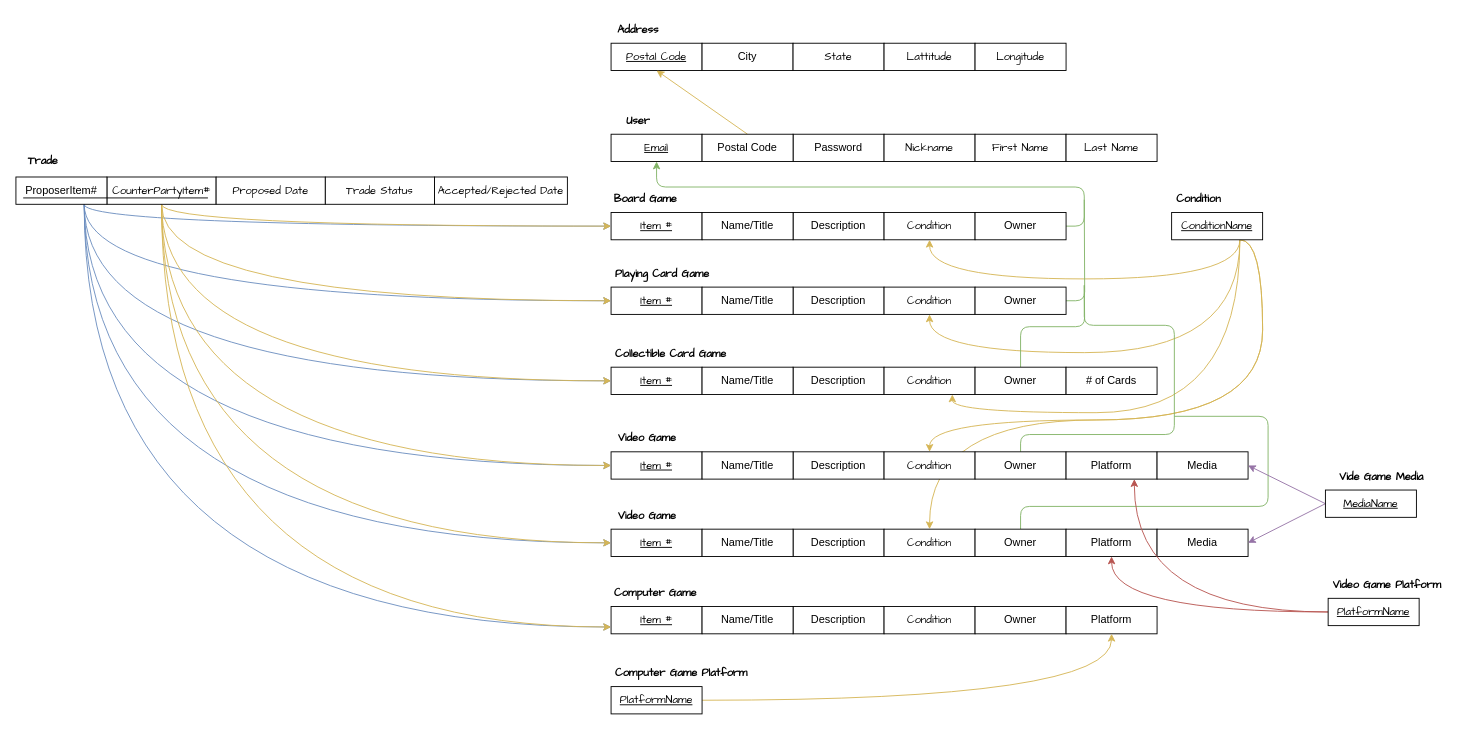
Above: Phase_2/eer2rel.drawio in guanch1984/game-exchange-app (draw.io), before the change. Source tidied: cells renumbered, new cells numbered last; positions are measured from the earlier drawing's top-left corner, leaving out a move shared by most shapes. Both pictures are drawn from the tidied source at 91%, with x=0, y=0 at pixel (15, 15).
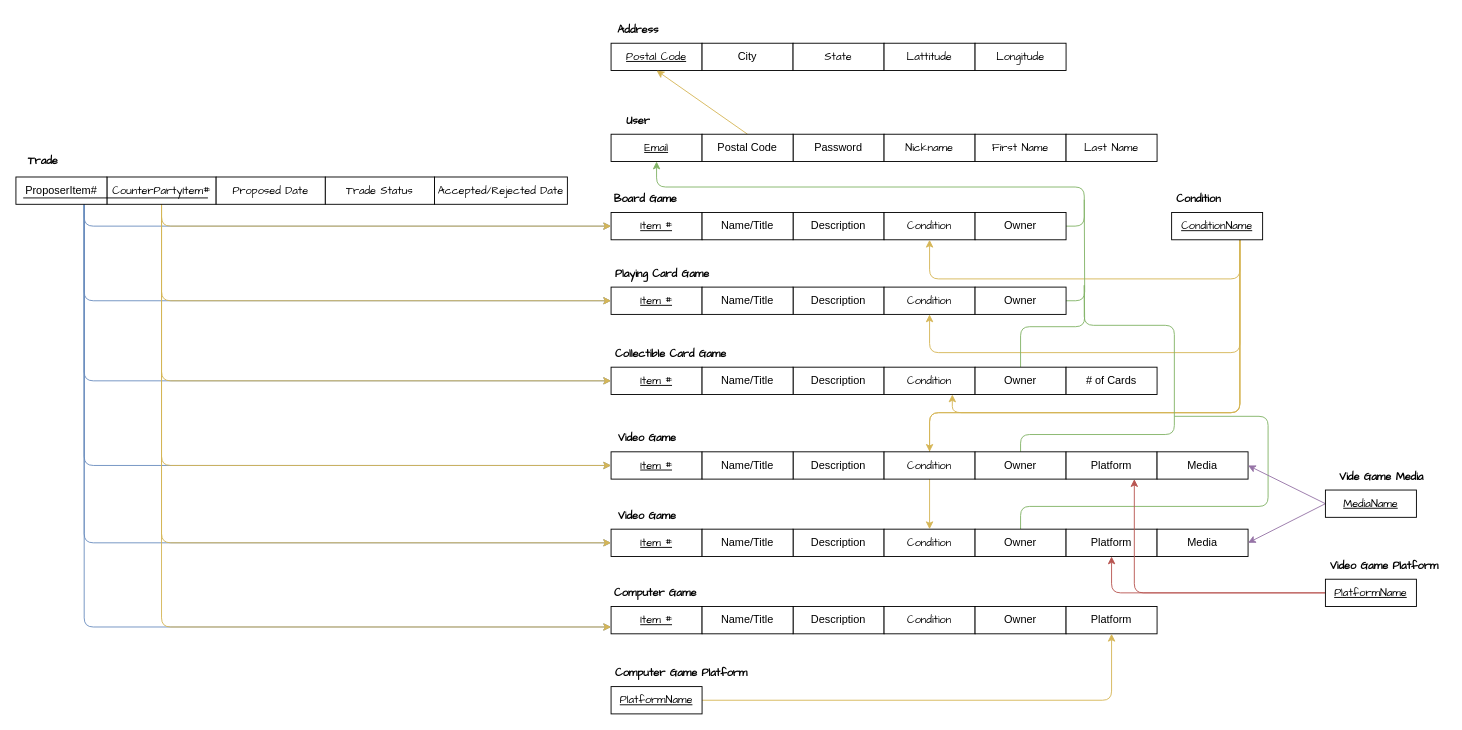
After the change.

Commit message (it also covers changes not shown here):
visual changes to eer2rel

Unchanged cells that the change refers to:
```xml
<mxCell id="16" value="&lt;u&gt;&lt;font face=&quot;Comic Sans MS&quot;&gt;Item #&lt;/font&gt;&lt;/u&gt;" style="rounded=0;whiteSpace=wrap;html=1;" parent="1" vertex="1">
  <mxGeometry x="654" y="216" width="100" height="30" as="geometry" />
</mxCell>
<mxCell id="18" value="&lt;font face=&quot;Comic Sans MS&quot;&gt;Condition&lt;/font&gt;" style="rounded=0;whiteSpace=wrap;html=1;" parent="1" vertex="1">
  <mxGeometry x="954" y="216" width="100" height="30" as="geometry" />
</mxCell>
<mxCell id="28" value="&lt;u&gt;&lt;font face=&quot;Comic Sans MS&quot;&gt;ConditionName&lt;/font&gt;&lt;/u&gt;" style="rounded=0;whiteSpace=wrap;html=1;" parent="1" vertex="1">
  <mxGeometry x="1270" y="216" width="100" height="30" as="geometry" />
</mxCell>
<mxCell id="30" value="&lt;u&gt;&lt;font face=&quot;Comic Sans MS&quot;&gt;Item #&lt;/font&gt;&lt;/u&gt;" style="rounded=0;whiteSpace=wrap;html=1;" parent="1" vertex="1">
  <mxGeometry x="654" y="298" width="100" height="30" as="geometry" />
</mxCell>
<mxCell id="32" value="&lt;font face=&quot;Comic Sans MS&quot;&gt;Condition&lt;/font&gt;" style="rounded=0;whiteSpace=wrap;html=1;" parent="1" vertex="1">
  <mxGeometry x="954" y="298" width="100" height="30" as="geometry" />
</mxCell>
<mxCell id="38" value="&lt;u&gt;&lt;font face=&quot;Comic Sans MS&quot;&gt;Item #&lt;/font&gt;&lt;/u&gt;" style="rounded=0;whiteSpace=wrap;html=1;" parent="1" vertex="1">
  <mxGeometry x="654" y="386" width="100" height="30" as="geometry" />
</mxCell>
<mxCell id="40" value="&lt;font face=&quot;Comic Sans MS&quot;&gt;Condition&lt;/font&gt;" style="rounded=0;whiteSpace=wrap;html=1;" parent="1" vertex="1">
  <mxGeometry x="954" y="386" width="100" height="30" as="geometry" />
</mxCell>
<mxCell id="46" value="&lt;u&gt;&lt;font face=&quot;Comic Sans MS&quot;&gt;Item #&lt;/font&gt;&lt;/u&gt;" style="rounded=0;whiteSpace=wrap;html=1;" parent="1" vertex="1">
  <mxGeometry x="654" y="479" width="100" height="30" as="geometry" />
</mxCell>
<mxCell id="48" value="&lt;font face=&quot;Comic Sans MS&quot;&gt;Condition&lt;/font&gt;" style="rounded=0;whiteSpace=wrap;html=1;" parent="1" vertex="1">
  <mxGeometry x="954" y="479" width="100" height="30" as="geometry" />
</mxCell>
<mxCell id="53" value="Platform" style="rounded=0;whiteSpace=wrap;html=1;" parent="1" vertex="1">
  <mxGeometry x="1154" y="479" width="100" height="30" as="geometry" />
</mxCell>
<mxCell id="55" value="&lt;u&gt;&lt;font face=&quot;Comic Sans MS&quot;&gt;Item #&lt;/font&gt;&lt;/u&gt;" style="rounded=0;whiteSpace=wrap;html=1;" parent="1" vertex="1">
  <mxGeometry x="654" y="564" width="100" height="30" as="geometry" />
</mxCell>
<mxCell id="57" value="&lt;font face=&quot;Comic Sans MS&quot;&gt;Condition&lt;/font&gt;" style="rounded=0;whiteSpace=wrap;html=1;" parent="1" vertex="1">
  <mxGeometry x="954" y="564" width="100" height="30" as="geometry" />
</mxCell>
<mxCell id="62" value="Platform" style="rounded=0;whiteSpace=wrap;html=1;" parent="1" vertex="1">
  <mxGeometry x="1154" y="564" width="100" height="30" as="geometry" />
</mxCell>
<mxCell id="72" value="&lt;u&gt;&lt;font face=&quot;Comic Sans MS&quot;&gt;Item #&lt;/font&gt;&lt;/u&gt;" style="rounded=0;whiteSpace=wrap;html=1;" parent="1" vertex="1">
  <mxGeometry x="654" y="649" width="100" height="30" as="geometry" />
</mxCell>
<mxCell id="78" value="Platform" style="rounded=0;whiteSpace=wrap;html=1;" parent="1" vertex="1">
  <mxGeometry x="1154" y="649" width="100" height="30" as="geometry" />
</mxCell>
<mxCell id="80" value="&lt;u&gt;&lt;font face=&quot;Comic Sans MS&quot;&gt;PlatformName&lt;/font&gt;&lt;/u&gt;" style="rounded=0;whiteSpace=wrap;html=1;" parent="1" vertex="1">
  <mxGeometry x="654" y="737" width="100" height="30" as="geometry" />
</mxCell>
<mxCell id="94" value="&lt;font face=&quot;Comic Sans MS&quot;&gt;CounterPartyItem#&lt;/font&gt;" style="rounded=0;whiteSpace=wrap;html=1;" parent="1" vertex="1">
  <mxGeometry x="100" y="177" width="120" height="30" as="geometry" />
</mxCell>
<mxCell id="99" value="ProposerItem#" style="rounded=0;whiteSpace=wrap;html=1;" parent="1" vertex="1">
  <mxGeometry y="177" width="100" height="30" as="geometry" />
</mxCell>
```

The edit, as a diff of the source:
```diff
@@
-    <mxCell id="23" style="edgeStyle=orthogonalEdgeStyle;curved=1;jettySize=auto;html=1;exitX=0.75;exitY=1;exitDx=0;exitDy=0;entryX=0.5;entryY=1;entryDx=0;entryDy=0;fontFamily=Comic Sans MS;fillColor=#fff2cc;strokeColor=#d6b656;" parent="1" edge="1" source="28" target="18">
+    <mxCell id="23" style="edgeStyle=orthogonalEdgeStyle;jettySize=auto;html=1;exitX=0.75;exitY=1;exitDx=0;exitDy=0;entryX=0.5;entryY=1;entryDx=0;entryDy=0;fontFamily=Comic Sans MS;fillColor=#fff2cc;strokeColor=#d6b656;rounded=1;" parent="1" edge="1" source="28" target="18">
       <mxGeometry relative="1" as="geometry">
         <Array as="points">
           <mxPoint x="1345" y="289" />
           <mxPoint x="1004" y="289" />
         </Array>
       </mxGeometry>
     </mxCell>
-    <mxCell id="24" style="edgeStyle=orthogonalEdgeStyle;curved=1;jettySize=auto;html=1;exitX=0.75;exitY=1;exitDx=0;exitDy=0;entryX=0.5;entryY=1;entryDx=0;entryDy=0;fontFamily=Comic Sans MS;fillColor=#fff2cc;strokeColor=#d6b656;" parent="1" edge="1" source="28" target="32">
+    <mxCell id="24" style="edgeStyle=orthogonalEdgeStyle;jettySize=auto;html=1;exitX=0.75;exitY=1;exitDx=0;exitDy=0;entryX=0.5;entryY=1;entryDx=0;entryDy=0;fontFamily=Comic Sans MS;fillColor=#fff2cc;strokeColor=#d6b656;rounded=1;" parent="1" edge="1" source="28" target="32">
       <mxGeometry relative="1" as="geometry">
         <Array as="points">
           <mxPoint x="1345" y="370" />
           <mxPoint x="1004" y="370" />
         </Array>
       </mxGeometry>
     </mxCell>
-    <mxCell id="25" style="edgeStyle=orthogonalEdgeStyle;curved=1;jettySize=auto;html=1;exitX=0.75;exitY=1;exitDx=0;exitDy=0;entryX=0.75;entryY=1;entryDx=0;entryDy=0;fontFamily=Comic Sans MS;fillColor=#fff2cc;strokeColor=#d6b656;" parent="1" edge="1" source="28" target="40">
+    <mxCell id="25" style="edgeStyle=orthogonalEdgeStyle;jettySize=auto;html=1;exitX=0.75;exitY=1;exitDx=0;exitDy=0;entryX=0.75;entryY=1;entryDx=0;entryDy=0;fontFamily=Comic Sans MS;fillColor=#fff2cc;strokeColor=#d6b656;rounded=1;" parent="1" edge="1" source="28" target="40">
       <mxGeometry relative="1" as="geometry" />
     </mxCell>
-    <mxCell id="26" style="edgeStyle=orthogonalEdgeStyle;curved=1;jettySize=auto;html=1;exitX=0.75;exitY=1;exitDx=0;exitDy=0;entryX=0.5;entryY=0;entryDx=0;entryDy=0;fontFamily=Comic Sans MS;fillColor=#fff2cc;strokeColor=#d6b656;" parent="1" edge="1" source="28" target="48">
+    <mxCell id="26" style="edgeStyle=orthogonalEdgeStyle;jettySize=auto;html=1;exitX=0.75;exitY=1;exitDx=0;exitDy=0;entryX=0.5;entryY=0;entryDx=0;entryDy=0;fontFamily=Comic Sans MS;fillColor=#fff2cc;strokeColor=#d6b656;rounded=1;" parent="1" edge="1" source="28" target="48">
       <mxGeometry relative="1" as="geometry">
         <Array as="points">
-          <mxPoint x="1370" y="246" />
-          <mxPoint x="1370" y="444" />
-          <mxPoint x="1004" y="444" />
+          <mxPoint x="1345" y="436" />
+          <mxPoint x="1004" y="436" />
         </Array>
       </mxGeometry>
     </mxCell>
-    <mxCell id="27" style="edgeStyle=orthogonalEdgeStyle;curved=1;jettySize=auto;html=1;exitX=0.75;exitY=1;exitDx=0;exitDy=0;entryX=0.5;entryY=0;entryDx=0;entryDy=0;fontFamily=Comic Sans MS;fillColor=#fff2cc;strokeColor=#d6b656;" parent="1" edge="1" source="28" target="57">
+    <mxCell id="27" style="edgeStyle=orthogonalEdgeStyle;jettySize=auto;html=1;exitX=0.75;exitY=1;exitDx=0;exitDy=0;entryX=0.5;entryY=0;entryDx=0;entryDy=0;fontFamily=Comic Sans MS;fillColor=#fff2cc;strokeColor=#d6b656;rounded=1;" parent="1" edge="1" source="28" target="57">
       <mxGeometry relative="1" as="geometry">
         <Array as="points">
-          <mxPoint x="1370" y="246" />
-          <mxPoint x="1370" y="444" />
-          <mxPoint x="1004" y="444" />
+          <mxPoint x="1345" y="436" />
+          <mxPoint x="1004" y="436" />
         </Array>
       </mxGeometry>
     </mxCell>
@@
-    <mxCell id="64" style="jettySize=auto;html=1;exitX=0;exitY=0.5;exitDx=0;exitDy=0;fontFamily=Comic Sans MS;entryX=0.75;entryY=1;entryDx=0;entryDy=0;edgeStyle=orthogonalEdgeStyle;curved=1;fillColor=#f8cecc;strokeColor=#b85450;" parent="1" edge="1" source="66" target="53">
+    <mxCell id="64" style="jettySize=auto;html=1;exitX=0;exitY=0.5;exitDx=0;exitDy=0;fontFamily=Comic Sans MS;entryX=0.75;entryY=1;entryDx=0;entryDy=0;edgeStyle=orthogonalEdgeStyle;fillColor=#f8cecc;strokeColor=#b85450;rounded=1;" parent="1" edge="1" source="66" target="53">
       <mxGeometry relative="1" as="geometry" />
     </mxCell>
-    <mxCell id="65" style="edgeStyle=orthogonalEdgeStyle;curved=1;jettySize=auto;html=1;exitX=0;exitY=0.5;exitDx=0;exitDy=0;entryX=0.5;entryY=1;entryDx=0;entryDy=0;fontFamily=Comic Sans MS;fillColor=#f8cecc;strokeColor=#b85450;" parent="1" edge="1" source="66" target="62">
+    <mxCell id="65" style="edgeStyle=orthogonalEdgeStyle;jettySize=auto;html=1;exitX=0;exitY=0.5;exitDx=0;exitDy=0;entryX=0.5;entryY=1;entryDx=0;entryDy=0;fontFamily=Comic Sans MS;fillColor=#f8cecc;strokeColor=#b85450;rounded=1;" parent="1" edge="1" source="66" target="62">
       <mxGeometry relative="1" as="geometry" />
     </mxCell>
     <mxCell id="66" value="&lt;u&gt;&lt;font face=&quot;Comic Sans MS&quot;&gt;PlatformName&lt;/font&gt;&lt;/u&gt;" style="rounded=0;whiteSpace=wrap;html=1;" parent="1" vertex="1">
-      <mxGeometry x="1442" y="640" width="100" height="30" as="geometry" />
+      <mxGeometry x="1439" y="619" width="100" height="30" as="geometry" />
     </mxCell>
     <mxCell id="67" value="&lt;font face=&quot;Comic Sans MS&quot;&gt;&lt;b&gt;Video Game Platform&lt;/b&gt;&lt;/font&gt;" style="text;html=1;strokeColor=none;fillColor=none;align=center;verticalAlign=middle;whiteSpace=wrap;rounded=0;" parent="1" vertex="1">
-      <mxGeometry x="1442" y="610" width="130" height="30" as="geometry" />
+      <mxGeometry x="1439" y="589" width="130" height="30" as="geometry" />
     </mxCell>
@@
-    <mxCell id="79" style="edgeStyle=orthogonalEdgeStyle;curved=1;jettySize=auto;html=1;exitX=1;exitY=0.5;exitDx=0;exitDy=0;entryX=0.5;entryY=1;entryDx=0;entryDy=0;fontFamily=Comic Sans MS;fillColor=#fff2cc;strokeColor=#d6b656;" parent="1" edge="1" source="80" target="78">
+    <mxCell id="79" style="edgeStyle=orthogonalEdgeStyle;jettySize=auto;html=1;exitX=1;exitY=0.5;exitDx=0;exitDy=0;entryX=0.5;entryY=1;entryDx=0;entryDy=0;fontFamily=Comic Sans MS;fillColor=#fff2cc;strokeColor=#d6b656;rounded=1;" parent="1" edge="1" source="80" target="78">
       <mxGeometry relative="1" as="geometry" />
     </mxCell>
@@
-    <mxCell id="82" style="edgeStyle=orthogonalEdgeStyle;curved=1;jettySize=auto;html=1;exitX=0.75;exitY=1;exitDx=0;exitDy=0;entryX=0;entryY=0.5;entryDx=0;entryDy=0;fontFamily=Comic Sans MS;fillColor=#dae8fc;strokeColor=#6c8ebf;" parent="1" edge="1" source="99" target="30">
+    <mxCell id="82" style="edgeStyle=orthogonalEdgeStyle;jettySize=auto;html=1;exitX=0.75;exitY=1;exitDx=0;exitDy=0;entryX=0;entryY=0.5;entryDx=0;entryDy=0;fontFamily=Comic Sans MS;fillColor=#dae8fc;strokeColor=#6c8ebf;rounded=1;" parent="1" edge="1" source="99" target="30">
       <mxGeometry relative="1" as="geometry" />
     </mxCell>
-    <mxCell id="83" style="edgeStyle=orthogonalEdgeStyle;curved=1;jettySize=auto;html=1;exitX=0.75;exitY=1;exitDx=0;exitDy=0;entryX=0;entryY=0.5;entryDx=0;entryDy=0;fontFamily=Comic Sans MS;fillColor=#dae8fc;strokeColor=#6c8ebf;" parent="1" edge="1" source="99" target="16">
+    <mxCell id="83" style="edgeStyle=orthogonalEdgeStyle;jettySize=auto;html=1;exitX=0.75;exitY=1;exitDx=0;exitDy=0;entryX=0;entryY=0.5;entryDx=0;entryDy=0;fontFamily=Comic Sans MS;fillColor=#dae8fc;strokeColor=#6c8ebf;rounded=1;" parent="1" edge="1" source="99" target="16">
       <mxGeometry relative="1" as="geometry" />
     </mxCell>
-    <mxCell id="84" style="edgeStyle=orthogonalEdgeStyle;curved=1;jettySize=auto;html=1;exitX=0.75;exitY=1;exitDx=0;exitDy=0;entryX=0;entryY=0.5;entryDx=0;entryDy=0;fontFamily=Comic Sans MS;fillColor=#dae8fc;strokeColor=#6c8ebf;" parent="1" edge="1" source="99" target="38">
+    <mxCell id="84" style="edgeStyle=orthogonalEdgeStyle;jettySize=auto;html=1;exitX=0.75;exitY=1;exitDx=0;exitDy=0;entryX=0;entryY=0.5;entryDx=0;entryDy=0;fontFamily=Comic Sans MS;fillColor=#dae8fc;strokeColor=#6c8ebf;rounded=1;" parent="1" edge="1" source="99" target="38">
       <mxGeometry relative="1" as="geometry" />
     </mxCell>
-    <mxCell id="85" style="edgeStyle=orthogonalEdgeStyle;curved=1;jettySize=auto;html=1;exitX=0.75;exitY=1;exitDx=0;exitDy=0;entryX=0;entryY=0.5;entryDx=0;entryDy=0;fontFamily=Comic Sans MS;fillColor=#dae8fc;strokeColor=#6c8ebf;" parent="1" edge="1" source="99" target="46">
+    <mxCell id="85" style="edgeStyle=orthogonalEdgeStyle;jettySize=auto;html=1;exitX=0.75;exitY=1;exitDx=0;exitDy=0;entryX=0;entryY=0.5;entryDx=0;entryDy=0;fontFamily=Comic Sans MS;fillColor=#dae8fc;strokeColor=#6c8ebf;rounded=1;" parent="1" edge="1" source="99" target="46">
       <mxGeometry relative="1" as="geometry" />
     </mxCell>
-    <mxCell id="86" style="edgeStyle=orthogonalEdgeStyle;curved=1;jettySize=auto;html=1;exitX=0.75;exitY=1;exitDx=0;exitDy=0;entryX=0;entryY=0.5;entryDx=0;entryDy=0;fontFamily=Comic Sans MS;fillColor=#dae8fc;strokeColor=#6c8ebf;" parent="1" edge="1" source="99" target="55">
+    <mxCell id="86" style="edgeStyle=orthogonalEdgeStyle;jettySize=auto;html=1;exitX=0.75;exitY=1;exitDx=0;exitDy=0;entryX=0;entryY=0.5;entryDx=0;entryDy=0;fontFamily=Comic Sans MS;fillColor=#dae8fc;strokeColor=#6c8ebf;rounded=1;" parent="1" edge="1" source="99" target="55">
       <mxGeometry relative="1" as="geometry" />
     </mxCell>
-    <mxCell id="87" style="edgeStyle=orthogonalEdgeStyle;curved=1;jettySize=auto;html=1;exitX=0.75;exitY=1;exitDx=0;exitDy=0;entryX=0;entryY=0.75;entryDx=0;entryDy=0;fontFamily=Comic Sans MS;fillColor=#dae8fc;strokeColor=#6c8ebf;" parent="1" edge="1" source="99" target="72">
+    <mxCell id="87" style="edgeStyle=orthogonalEdgeStyle;jettySize=auto;html=1;exitX=0.75;exitY=1;exitDx=0;exitDy=0;entryX=0;entryY=0.75;entryDx=0;entryDy=0;fontFamily=Comic Sans MS;fillColor=#dae8fc;strokeColor=#6c8ebf;rounded=1;" parent="1" edge="1" source="99" target="72">
       <mxGeometry relative="1" as="geometry" />
     </mxCell>
-    <mxCell id="88" style="edgeStyle=orthogonalEdgeStyle;curved=1;jettySize=auto;html=1;exitX=0.5;exitY=1;exitDx=0;exitDy=0;entryX=0;entryY=0.5;entryDx=0;entryDy=0;fontFamily=Comic Sans MS;fillColor=#fff2cc;strokeColor=#d6b656;" parent="1" edge="1" source="94" target="16">
-      <mxGeometry relative="1" as="geometry" />
+    <mxCell id="88" style="edgeStyle=orthogonalEdgeStyle;jettySize=auto;html=1;exitX=0.5;exitY=1;exitDx=0;exitDy=0;entryX=0;entryY=0.5;entryDx=0;entryDy=0;fontFamily=Comic Sans MS;fillColor=#fff2cc;strokeColor=#d6b656;rounded=1;" parent="1" edge="1" source="94" target="16">
+      <mxGeometry relative="1" as="geometry">
+        <Array as="points">
+          <mxPoint x="160" y="231" />
+        </Array>
+      </mxGeometry>
     </mxCell>
-    <mxCell id="89" style="edgeStyle=orthogonalEdgeStyle;curved=1;jettySize=auto;html=1;exitX=0.5;exitY=1;exitDx=0;exitDy=0;entryX=0;entryY=0.5;entryDx=0;entryDy=0;fontFamily=Comic Sans MS;fillColor=#fff2cc;strokeColor=#d6b656;" parent="1" edge="1" source="94" target="30">
+    <mxCell id="89" style="edgeStyle=orthogonalEdgeStyle;jettySize=auto;html=1;exitX=0.5;exitY=1;exitDx=0;exitDy=0;entryX=0;entryY=0.5;entryDx=0;entryDy=0;fontFamily=Comic Sans MS;fillColor=#fff2cc;strokeColor=#d6b656;rounded=1;" parent="1" edge="1" source="94" target="30">
       <mxGeometry relative="1" as="geometry" />
     </mxCell>
-    <mxCell id="90" style="edgeStyle=orthogonalEdgeStyle;curved=1;jettySize=auto;html=1;exitX=0.5;exitY=1;exitDx=0;exitDy=0;entryX=0;entryY=0.5;entryDx=0;entryDy=0;fontFamily=Comic Sans MS;fillColor=#fff2cc;strokeColor=#d6b656;" parent="1" edge="1" source="94" target="38">
+    <mxCell id="90" style="edgeStyle=orthogonalEdgeStyle;jettySize=auto;html=1;exitX=0.5;exitY=1;exitDx=0;exitDy=0;entryX=0;entryY=0.5;entryDx=0;entryDy=0;fontFamily=Comic Sans MS;fillColor=#fff2cc;strokeColor=#d6b656;rounded=1;" parent="1" edge="1" source="94" target="38">
       <mxGeometry relative="1" as="geometry" />
     </mxCell>
-    <mxCell id="91" style="edgeStyle=orthogonalEdgeStyle;curved=1;jettySize=auto;html=1;exitX=0.5;exitY=1;exitDx=0;exitDy=0;entryX=0;entryY=0.5;entryDx=0;entryDy=0;fontFamily=Comic Sans MS;fillColor=#fff2cc;strokeColor=#d6b656;" parent="1" edge="1" source="94" target="46">
+    <mxCell id="91" style="edgeStyle=orthogonalEdgeStyle;jettySize=auto;html=1;exitX=0.5;exitY=1;exitDx=0;exitDy=0;entryX=0;entryY=0.5;entryDx=0;entryDy=0;fontFamily=Comic Sans MS;fillColor=#fff2cc;strokeColor=#d6b656;rounded=1;" parent="1" edge="1" source="94" target="46">
       <mxGeometry relative="1" as="geometry" />
     </mxCell>
-    <mxCell id="92" style="edgeStyle=orthogonalEdgeStyle;curved=1;jettySize=auto;html=1;exitX=0.5;exitY=1;exitDx=0;exitDy=0;entryX=0;entryY=0.5;entryDx=0;entryDy=0;fontFamily=Comic Sans MS;fillColor=#fff2cc;strokeColor=#d6b656;" parent="1" edge="1" source="94" target="55">
+    <mxCell id="92" style="edgeStyle=orthogonalEdgeStyle;jettySize=auto;html=1;exitX=0.5;exitY=1;exitDx=0;exitDy=0;entryX=0;entryY=0.5;entryDx=0;entryDy=0;fontFamily=Comic Sans MS;fillColor=#fff2cc;strokeColor=#d6b656;rounded=1;" parent="1" edge="1" source="94" target="55">
       <mxGeometry relative="1" as="geometry" />
     </mxCell>
-    <mxCell id="93" style="edgeStyle=orthogonalEdgeStyle;curved=1;jettySize=auto;html=1;exitX=0.5;exitY=1;exitDx=0;exitDy=0;entryX=0;entryY=0.75;entryDx=0;entryDy=0;fontFamily=Comic Sans MS;fillColor=#fff2cc;strokeColor=#d6b656;" parent="1" edge="1" source="94" target="72">
+    <mxCell id="93" style="edgeStyle=orthogonalEdgeStyle;jettySize=auto;html=1;exitX=0.5;exitY=1;exitDx=0;exitDy=0;entryX=0;entryY=0.75;entryDx=0;entryDy=0;fontFamily=Comic Sans MS;fillColor=#fff2cc;strokeColor=#d6b656;rounded=1;" parent="1" edge="1" source="94" target="72">
       <mxGeometry relative="1" as="geometry" />
     </mxCell>
```
